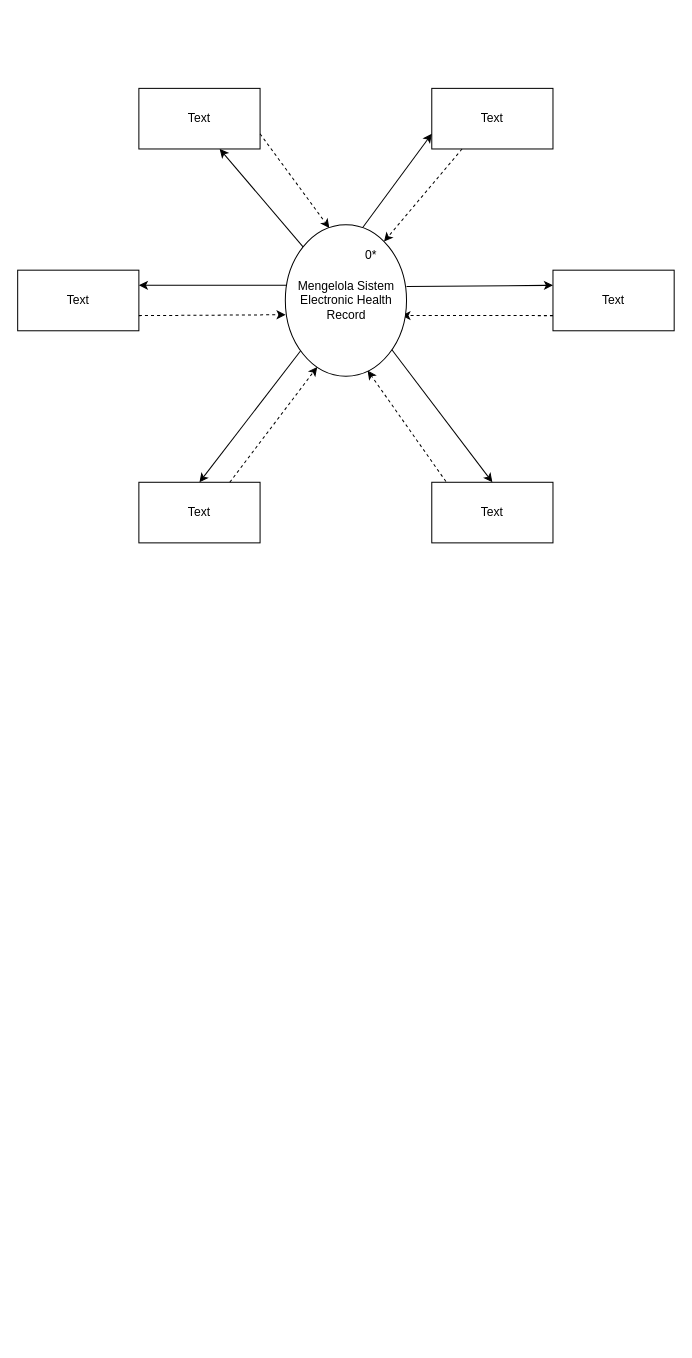
Arfnvaaa/Arfnvaaa keeps this draw.io diagram as DFD LVL 0.drawio. Above is the earlier version. Source tidied: cells renumbered, new cells numbered last; positions are measured from the earlier drawing's top-left corner, leaving out a move shared by most shapes. Both pictures are drawn from the tidied source at 101%, with x=0, y=0 at pixel (17, 88).
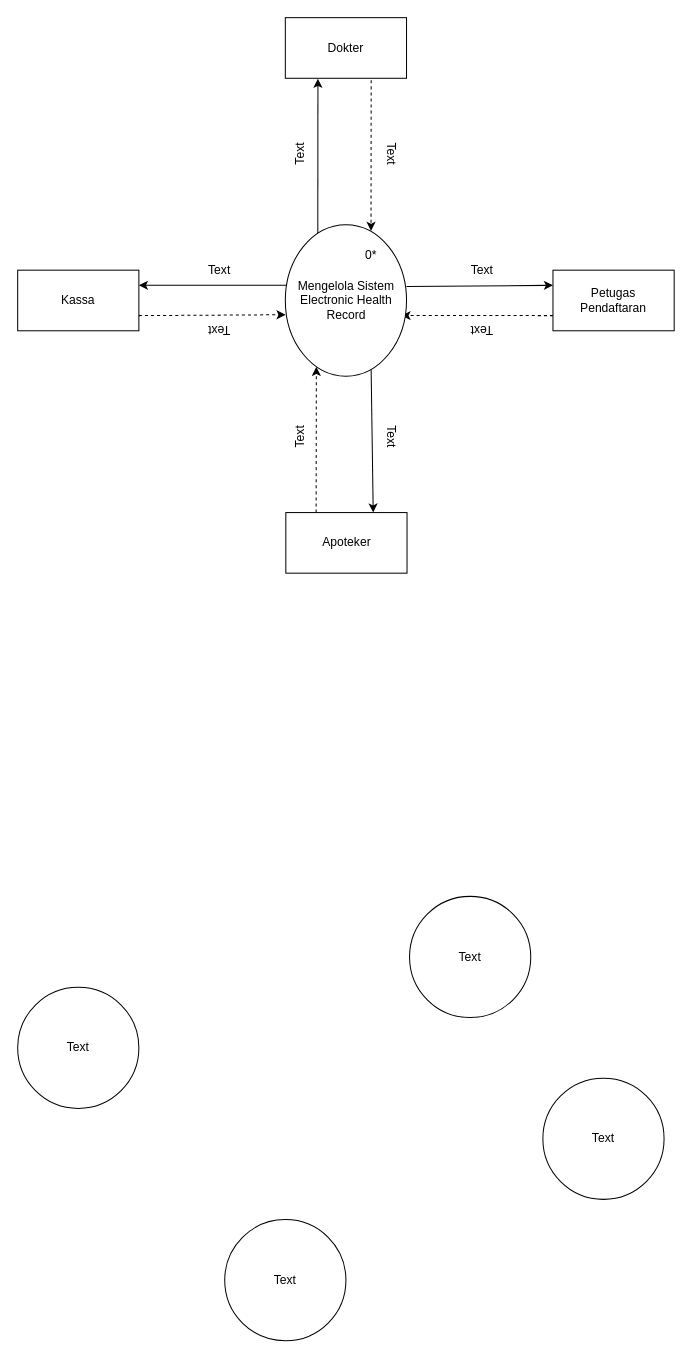
The same diagram, later.

Unchanged cells that the change refers to:
```xml
<mxCell id="27" style="ellipse;whiteSpace=wrap;html=1;rotation=90;" parent="26" vertex="1">
  <mxGeometry x="-13" y="15" width="150" height="120" as="geometry" />
</mxCell>
<mxCell id="29" value="0*" style="text;html=1;whiteSpace=wrap;strokeColor=none;fillColor=none;align=center;verticalAlign=middle;rounded=0;" parent="26" vertex="1">
  <mxGeometry x="57" y="15" width="60" height="30" as="geometry" />
</mxCell>
```

Change to the diagram source:
```diff
@@
-    <mxCell id="3" style="rounded=0;whiteSpace=wrap;html=1;" parent="1" vertex="1">
-      <mxGeometry x="530" y="180" width="120" height="60" as="geometry" />
-    </mxCell>
-    <mxCell id="4" style="rounded=0;whiteSpace=wrap;html=1;" parent="1" vertex="1">
-      <mxGeometry x="120" y="390" width="120" height="60" as="geometry" />
-    </mxCell>
-    <mxCell id="5" style="rounded=0;whiteSpace=wrap;html=1;" parent="1" vertex="1">
-      <mxGeometry x="410" y="390" width="120" height="60" as="geometry" />
-    </mxCell>
-    <mxCell id="6" style="rounded=0;whiteSpace=wrap;html=1;" parent="1" vertex="1">
-      <mxGeometry x="120" width="120" height="60" as="geometry" />
-    </mxCell>
-    <mxCell id="7" style="rounded=0;whiteSpace=wrap;html=1;" parent="1" vertex="1">
-      <mxGeometry x="410" width="120" height="60" as="geometry" />
-    </mxCell>
-    <mxCell id="8" value="Text" style="text;html=1;whiteSpace=wrap;strokeColor=none;fillColor=none;align=center;verticalAlign=middle;rounded=0;" parent="1" vertex="1">
-      <mxGeometry x="150" y="15" width="60" height="30" as="geometry" />
-    </mxCell>
-    <mxCell id="9" value="Text" style="text;html=1;whiteSpace=wrap;strokeColor=none;fillColor=none;align=center;verticalAlign=middle;rounded=0;" parent="1" vertex="1">
+    <mxCell id="9" value="Kassa" style="text;html=1;whiteSpace=wrap;strokeColor=none;fillColor=none;align=center;verticalAlign=middle;rounded=0;" parent="1" vertex="1">
       <mxGeometry x="30" y="195" width="60" height="30" as="geometry" />
     </mxCell>
-    <mxCell id="10" value="Text" style="text;html=1;whiteSpace=wrap;strokeColor=none;fillColor=none;align=center;verticalAlign=middle;rounded=0;" parent="1" vertex="1">
-      <mxGeometry x="440" y="15" width="60" height="30" as="geometry" />
-    </mxCell>
-    <mxCell id="11" value="Text" style="text;html=1;whiteSpace=wrap;strokeColor=none;fillColor=none;align=center;verticalAlign=middle;rounded=0;" parent="1" vertex="1">
-      <mxGeometry x="560" y="195" width="60" height="30" as="geometry" />
-    </mxCell>
-    <mxCell id="12" value="Text" style="text;html=1;whiteSpace=wrap;strokeColor=none;fillColor=none;align=center;verticalAlign=middle;rounded=0;" parent="1" vertex="1">
-      <mxGeometry x="150" y="405" width="60" height="30" as="geometry" />
-    </mxCell>
-    <mxCell id="13" value="Text" style="text;html=1;whiteSpace=wrap;strokeColor=none;fillColor=none;align=center;verticalAlign=middle;rounded=0;" parent="1" vertex="1">
-      <mxGeometry x="440" y="405" width="60" height="30" as="geometry" />
-    </mxCell>
-    <mxCell id="14" style="endArrow=classic;html=1;rounded=0;entryX=0.5;entryY=0;entryDx=0;entryDy=0;" parent="1" edge="1" target="4">
-      <mxGeometry relative="1" as="geometry">
-        <mxPoint x="280" y="260" as="sourcePoint" />
-      </mxGeometry>
-    </mxCell>
-    <mxCell id="15" style="endArrow=classic;html=1;rounded=0;exitX=0.75;exitY=0;exitDx=0;exitDy=0;dashed=1;entryX=0.939;entryY=0.737;entryDx=0;entryDy=0;entryPerimeter=0;" parent="1" edge="1" source="4" target="27">
-      <mxGeometry relative="1" as="geometry" />
-    </mxCell>
@@
-    <mxCell id="18" style="endArrow=classic;html=1;rounded=0;exitX=1;exitY=0.75;exitDx=0;exitDy=0;dashed=1;entryX=0.022;entryY=0.637;entryDx=0;entryDy=0;entryPerimeter=0;" parent="1" edge="1" source="6" target="27">
-      <mxGeometry relative="1" as="geometry" />
-    </mxCell>
-    <mxCell id="19" style="endArrow=classic;html=1;rounded=0;dashed=1;exitX=0.25;exitY=1;exitDx=0;exitDy=0;entryX=0.712;entryY=0.057;entryDx=0;entryDy=0;entryPerimeter=0;" parent="1" edge="1" source="7" target="29">
-      <mxGeometry relative="1" as="geometry" />
+    <mxCell id="19" style="endArrow=classic;html=1;rounded=0;dashed=1;entryX=0.041;entryY=0.293;entryDx=0;entryDy=0;entryPerimeter=0;" parent="1" edge="1" target="27">
+      <mxGeometry relative="1" as="geometry">
+        <mxPoint x="350" y="-8" as="sourcePoint" />
+      </mxGeometry>
     </mxCell>
@@
-    <mxCell id="21" style="endArrow=classic;html=1;rounded=0;dashed=1;entryX=0.962;entryY=0.321;entryDx=0;entryDy=0;entryPerimeter=0;exitX=0.117;exitY=-0.012;exitDx=0;exitDy=0;exitPerimeter=0;" parent="1" edge="1" source="5" target="27">
+    <mxCell id="21" style="endArrow=classic;html=1;rounded=0;dashed=1;exitX=0.25;exitY=0;exitDx=0;exitDy=0;entryX=0.938;entryY=0.744;entryDx=0;entryDy=0;entryPerimeter=0;" parent="1" edge="1" source="5" target="27">
       <mxGeometry relative="1" as="geometry" />
     </mxCell>
-    <mxCell id="22" style="endArrow=classic;html=1;rounded=0;exitX=0;exitY=1;exitDx=0;exitDy=0;" parent="1" edge="1" source="27">
-      <mxGeometry relative="1" as="geometry">
-        <mxPoint x="200" y="60" as="targetPoint" />
-      </mxGeometry>
-    </mxCell>
-    <mxCell id="23" style="endArrow=classic;html=1;rounded=0;entryX=0;entryY=0.75;entryDx=0;entryDy=0;" parent="1" edge="1" target="7">
-      <mxGeometry relative="1" as="geometry">
-        <mxPoint x="340" y="140" as="sourcePoint" />
-      </mxGeometry>
+    <mxCell id="23" style="endArrow=classic;html=1;rounded=0;entryX=0.269;entryY=1.008;entryDx=0;entryDy=0;exitX=0.057;exitY=0.732;exitDx=0;exitDy=0;exitPerimeter=0;entryPerimeter=0;" parent="1" edge="1" source="27" target="7">
+      <mxGeometry relative="1" as="geometry" />
     </mxCell>
@@
-    <mxCell id="25" style="endArrow=classic;html=1;rounded=0;entryX=0.5;entryY=0;entryDx=0;entryDy=0;exitX=0.822;exitY=0.124;exitDx=0;exitDy=0;exitPerimeter=0;" parent="1" edge="1" source="27" target="5">
+    <mxCell id="25" style="endArrow=classic;html=1;rounded=0;exitX=0.955;exitY=0.292;exitDx=0;exitDy=0;exitPerimeter=0;entryX=0.721;entryY=-0.001;entryDx=0;entryDy=0;entryPerimeter=0;" parent="1" edge="1" source="27" target="5">
       <mxGeometry relative="1" as="geometry" />
     </mxCell>
@@
+    <mxCell id="31" style="group;" parent="1" vertex="1">
+      <mxGeometry x="265" y="-70" width="120" height="60" as="geometry" />
+    </mxCell>
+    <mxCell id="7" style="rounded=0;whiteSpace=wrap;html=1;" parent="31" vertex="1">
+      <mxGeometry width="120" height="60" as="geometry" />
+    </mxCell>
+    <mxCell id="10" value="Dokter" style="text;html=1;whiteSpace=wrap;strokeColor=none;fillColor=none;align=center;verticalAlign=middle;rounded=0;" parent="31" vertex="1">
+      <mxGeometry x="30" y="15" width="60" height="30" as="geometry" />
+    </mxCell>
+    <mxCell id="32" style="group;" parent="1" vertex="1">
+      <mxGeometry x="530" y="180" width="120" height="60" as="geometry" />
+    </mxCell>
+    <mxCell id="3" style="rounded=0;whiteSpace=wrap;html=1;" parent="32" vertex="1">
+      <mxGeometry width="120" height="60" as="geometry" />
+    </mxCell>
+    <mxCell id="11" value="Petugas Pendaftaran" style="text;html=1;whiteSpace=wrap;strokeColor=none;fillColor=none;align=center;verticalAlign=middle;rounded=0;" parent="32" vertex="1">
+      <mxGeometry x="30" y="15" width="60" height="30" as="geometry" />
+    </mxCell>
+    <mxCell id="33" style="group;" parent="1" vertex="1">
+      <mxGeometry x="265.5" y="420" width="120" height="60" as="geometry" />
+    </mxCell>
+    <mxCell id="5" style="rounded=0;whiteSpace=wrap;html=1;" parent="33" vertex="1">
+      <mxGeometry width="120" height="60" as="geometry" />
+    </mxCell>
+    <mxCell id="34" value="Apoteker" style="text;html=1;whiteSpace=wrap;strokeColor=none;fillColor=none;align=center;verticalAlign=middle;rounded=0;" parent="33" vertex="1">
+      <mxGeometry x="30" y="15" width="60" height="30" as="geometry" />
+    </mxCell>
+    <mxCell id="35" style="group;" parent="1" vertex="1">
+      <mxGeometry x="520" y="980" width="120" height="120" as="geometry" />
+    </mxCell>
+    <mxCell id="36" style="ellipse;whiteSpace=wrap;html=1;" parent="35" vertex="1">
+      <mxGeometry width="120" height="120" as="geometry" />
+    </mxCell>
+    <mxCell id="37" value="Text" style="text;html=1;whiteSpace=wrap;strokeColor=none;fillColor=none;align=center;verticalAlign=middle;rounded=0;" parent="35" vertex="1">
+      <mxGeometry x="30" y="45" width="60" height="30" as="geometry" />
+    </mxCell>
+    <mxCell id="38" style="group;" parent="1" vertex="1">
+      <mxGeometry x="388" y="800" width="120" height="120" as="geometry" />
+    </mxCell>
+    <mxCell id="39" style="ellipse;whiteSpace=wrap;html=1;" parent="38" vertex="1">
+      <mxGeometry width="120" height="120" as="geometry" />
+    </mxCell>
+    <mxCell id="40" value="Text" style="text;html=1;whiteSpace=wrap;strokeColor=none;fillColor=none;align=center;verticalAlign=middle;rounded=0;" parent="38" vertex="1">
+      <mxGeometry x="30" y="45" width="60" height="30" as="geometry" />
+    </mxCell>
+    <mxCell id="41" style="group;" parent="1" vertex="1">
+      <mxGeometry y="890" width="120" height="120" as="geometry" />
+    </mxCell>
+    <mxCell id="42" style="ellipse;whiteSpace=wrap;html=1;" parent="41" vertex="1">
+      <mxGeometry width="120" height="120" as="geometry" />
+    </mxCell>
+    <mxCell id="43" value="Text" style="text;html=1;whiteSpace=wrap;strokeColor=none;fillColor=none;align=center;verticalAlign=middle;rounded=0;" parent="41" vertex="1">
+      <mxGeometry x="30" y="45" width="60" height="30" as="geometry" />
+    </mxCell>
+    <mxCell id="44" style="group;" parent="1" vertex="1">
+      <mxGeometry x="205" y="1120" width="120" height="120" as="geometry" />
+    </mxCell>
+    <mxCell id="45" style="ellipse;whiteSpace=wrap;html=1;" parent="44" vertex="1">
+      <mxGeometry width="120" height="120" as="geometry" />
+    </mxCell>
+    <mxCell id="46" value="Text" style="text;html=1;whiteSpace=wrap;strokeColor=none;fillColor=none;align=center;verticalAlign=middle;rounded=0;" parent="44" vertex="1">
+      <mxGeometry x="30" y="45" width="60" height="30" as="geometry" />
+    </mxCell>
+    <mxCell id="47" value="Text" style="text;html=1;whiteSpace=wrap;strokeColor=none;fillColor=none;align=center;verticalAlign=middle;rounded=0;rotation=-90;" parent="1" vertex="1">
+      <mxGeometry x="250" y="50" width="60" height="30" as="geometry" />
+    </mxCell>
+    <mxCell id="48" value="Text" style="text;html=1;whiteSpace=wrap;strokeColor=none;fillColor=none;align=center;verticalAlign=middle;rounded=0;rotation=90;" parent="1" vertex="1">
+      <mxGeometry x="340" y="50" width="60" height="30" as="geometry" />
+    </mxCell>
+    <mxCell id="49" value="Text" style="text;html=1;whiteSpace=wrap;strokeColor=none;fillColor=none;align=center;verticalAlign=middle;rounded=0;rotation=-90;" parent="1" vertex="1">
+      <mxGeometry x="250" y="330" width="60" height="30" as="geometry" />
+    </mxCell>
+    <mxCell id="50" value="Text" style="text;html=1;whiteSpace=wrap;strokeColor=none;fillColor=none;align=center;verticalAlign=middle;rounded=0;rotation=90;" parent="1" vertex="1">
+      <mxGeometry x="340" y="330" width="60" height="30" as="geometry" />
+    </mxCell>
+    <mxCell id="51" value="Text" style="text;html=1;whiteSpace=wrap;strokeColor=none;fillColor=none;align=center;verticalAlign=middle;rounded=0;" parent="1" vertex="1">
+      <mxGeometry x="170" y="165" width="60" height="30" as="geometry" />
+    </mxCell>
+    <mxCell id="52" value="Text" style="text;html=1;whiteSpace=wrap;strokeColor=none;fillColor=none;align=center;verticalAlign=middle;rounded=0;rotation=-180;" parent="1" vertex="1">
+      <mxGeometry x="170" y="225" width="60" height="30" as="geometry" />
+    </mxCell>
+    <mxCell id="53" value="Text" style="text;html=1;whiteSpace=wrap;strokeColor=none;fillColor=none;align=center;verticalAlign=middle;rounded=0;" parent="1" vertex="1">
+      <mxGeometry x="430" y="165" width="60" height="30" as="geometry" />
+    </mxCell>
+    <mxCell id="54" value="Text" style="text;html=1;whiteSpace=wrap;strokeColor=none;fillColor=none;align=center;verticalAlign=middle;rounded=0;rotation=-180;" parent="1" vertex="1">
+      <mxGeometry x="430" y="225" width="60" height="30" as="geometry" />
+    </mxCell>
```
